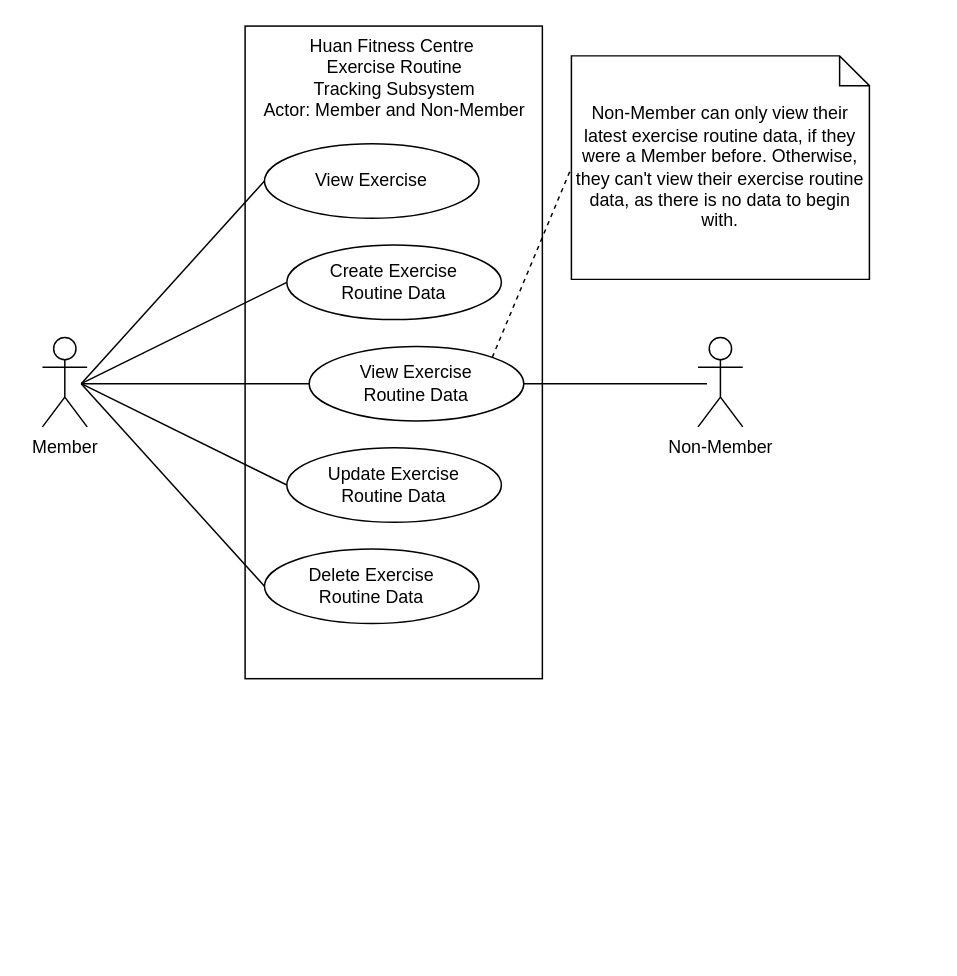
This is page "Exercise Routine Tracking" (9 of 17) of diagrams/Use Case Diagram.drawio from iZ86/DIT2153WD, a draw.io file, before an edit. Source tidied: cells renumbered, new cells numbered last; positions are measured from the earlier drawing's top-left corner, leaving out a move shared by most shapes. Both pictures are drawn from the tidied source at 149%, with x=0, y=0 at pixel (42, 25).
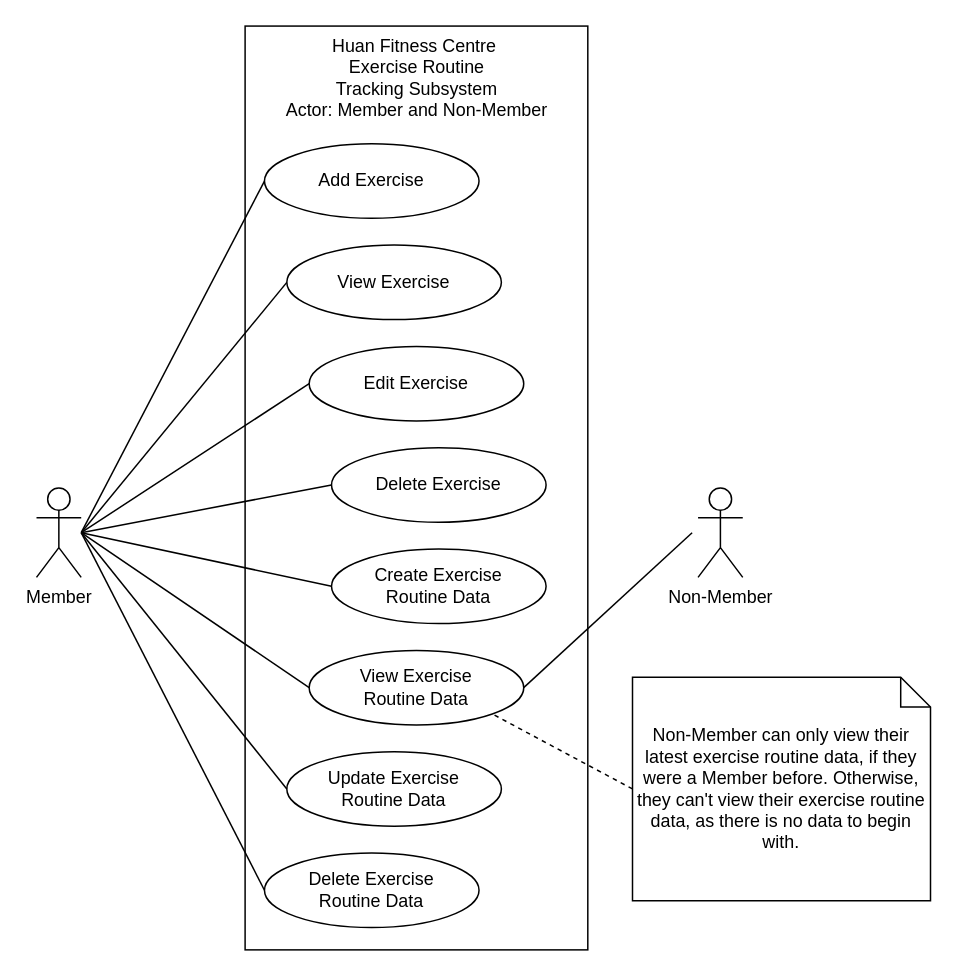
The same page after the edit.

Commit message:
Add CRUD exercise and extend relationship in exercise routine subsystem

allow users to create their own exercises for the exercise routine
tracking subsystem

The edit, as a diff of the source:
```diff
@@
     <mxCell id="2" style="rounded=0;whiteSpace=wrap;html=1;" parent="1" vertex="1">
-      <mxGeometry x="136" width="199.5" height="438" as="geometry" />
+      <mxGeometry x="136" width="230" height="620" as="geometry" />
     </mxCell>
     <mxCell id="3" value="View Exercise" style="ellipse;whiteSpace=wrap;html=1;" parent="1" vertex="1">
-      <mxGeometry x="149" y="79" width="144" height="50" as="geometry" />
+      <mxGeometry x="164" y="147" width="144" height="50" as="geometry" />
     </mxCell>
     <mxCell id="4" value="&lt;div&gt;Create Exercise&lt;/div&gt;&lt;div&gt;Routine Data&lt;/div&gt;" style="ellipse;whiteSpace=wrap;html=1;" parent="1" vertex="1">
-      <mxGeometry x="164" y="147" width="144" height="50" as="geometry" />
+      <mxGeometry x="194" y="351" width="144" height="50" as="geometry" />
     </mxCell>
     <mxCell id="5" value="&lt;div&gt;View Exercise&lt;br&gt;&lt;/div&gt;&lt;div&gt;Routine Data&lt;/div&gt;" style="ellipse;whiteSpace=wrap;html=1;" parent="1" vertex="1">
-      <mxGeometry x="179" y="215" width="144" height="50" as="geometry" />
+      <mxGeometry x="179" y="419" width="144" height="50" as="geometry" />
     </mxCell>
     <mxCell id="6" value="&lt;div&gt;Huan Fitness Centre&amp;nbsp;&lt;/div&gt;&lt;div&gt;Exercise Routine&lt;br&gt;&lt;/div&gt;&lt;div&gt;Tracking Subsystem&lt;/div&gt;&lt;div&gt;Actor: Member and Non-Member&lt;br&gt;&lt;/div&gt;" style="text;html=1;align=center;verticalAlign=middle;strokeColor=none;fillColor=none;" parent="1" vertex="1">
-      <mxGeometry x="136" width="200" height="70" as="geometry" />
+      <mxGeometry x="151" width="200" height="70" as="geometry" />
     </mxCell>
     <mxCell id="7" value="&lt;div&gt;Update Exercise&lt;/div&gt;&lt;div&gt;Routine Data&lt;/div&gt;" style="ellipse;whiteSpace=wrap;html=1;" parent="1" vertex="1">
-      <mxGeometry x="164" y="283" width="144" height="50" as="geometry" />
+      <mxGeometry x="164" y="487" width="144" height="50" as="geometry" />
     </mxCell>
     <mxCell id="8" value="&lt;div&gt;Delete Exercise&lt;/div&gt;&lt;div&gt;Routine Data&lt;/div&gt;" style="ellipse;whiteSpace=wrap;html=1;" parent="1" vertex="1">
-      <mxGeometry x="149" y="351" width="144" height="50" as="geometry" />
+      <mxGeometry x="149" y="555" width="144" height="50" as="geometry" />
     </mxCell>
-    <mxCell id="9" style="rounded=0;jettySize=auto;html=1;entryX=0;entryY=0.5;entryDx=0;entryDy=0;endArrow=none;endFill=0;" parent="1" edge="1" target="3">
-      <mxGeometry relative="1" as="geometry">
-        <mxPoint x="26" y="240" as="sourcePoint" />
-      </mxGeometry>
-    </mxCell>
-    <mxCell id="10" style="rounded=0;jettySize=auto;html=1;entryX=0;entryY=0.5;entryDx=0;entryDy=0;endArrow=none;endFill=0;" parent="1" edge="1" target="4">
-      <mxGeometry relative="1" as="geometry">
-        <mxPoint x="26" y="240" as="sourcePoint" />
-      </mxGeometry>
-    </mxCell>
-    <mxCell id="11" style="rounded=0;jettySize=auto;html=1;entryX=0;entryY=0.5;entryDx=0;entryDy=0;endArrow=none;endFill=0;" parent="1" edge="1" target="5">
-      <mxGeometry relative="1" as="geometry">
-        <mxPoint x="26" y="240" as="sourcePoint" />
-      </mxGeometry>
-    </mxCell>
-    <mxCell id="12" style="rounded=0;jettySize=auto;html=1;entryX=0;entryY=0.5;entryDx=0;entryDy=0;endArrow=none;endFill=0;" parent="1" edge="1" target="7">
-      <mxGeometry relative="1" as="geometry">
-        <mxPoint x="26" y="240" as="sourcePoint" />
-      </mxGeometry>
-    </mxCell>
-    <mxCell id="13" style="rounded=0;jettySize=auto;html=1;entryX=0;entryY=0.5;entryDx=0;entryDy=0;endArrow=none;endFill=0;" parent="1" edge="1" target="8">
-      <mxGeometry relative="1" as="geometry">
-        <mxPoint x="26" y="240" as="sourcePoint" />
-      </mxGeometry>
-    </mxCell>
+    <mxCell id="19" style="rounded=0;jettySize=auto;html=1;entryX=0;entryY=0.5;entryDx=0;entryDy=0;endArrow=none;endFill=0;" parent="1" edge="1" target="29">
+      <mxGeometry relative="1" as="geometry">
+        <mxPoint x="26" y="340" as="sourcePoint" />
+      </mxGeometry>
+    </mxCell>
+    <mxCell id="20" style="rounded=0;jettySize=auto;html=1;entryX=0;entryY=0.5;entryDx=0;entryDy=0;endArrow=none;endFill=0;" parent="1" edge="1" target="3">
+      <mxGeometry relative="1" as="geometry">
+        <mxPoint x="26" y="340" as="sourcePoint" />
+      </mxGeometry>
+    </mxCell>
+    <mxCell id="21" style="rounded=0;jettySize=auto;html=1;entryX=0;entryY=0.5;entryDx=0;entryDy=0;endArrow=none;endFill=0;" parent="1" edge="1" target="30">
+      <mxGeometry relative="1" as="geometry">
+        <mxPoint x="26" y="340" as="sourcePoint" />
+      </mxGeometry>
+    </mxCell>
+    <mxCell id="22" style="rounded=0;jettySize=auto;html=1;entryX=0;entryY=0.5;entryDx=0;entryDy=0;endArrow=none;endFill=0;" parent="1" edge="1" target="31">
+      <mxGeometry relative="1" as="geometry">
+        <mxPoint x="26" y="340" as="sourcePoint" />
+      </mxGeometry>
+    </mxCell>
+    <mxCell id="23" style="rounded=0;jettySize=auto;html=1;entryX=0;entryY=0.5;entryDx=0;entryDy=0;endArrow=none;endFill=0;" parent="1" edge="1" target="4">
+      <mxGeometry relative="1" as="geometry">
+        <mxPoint x="26" y="340" as="sourcePoint" />
+      </mxGeometry>
+    </mxCell>
+    <mxCell id="24" style="rounded=0;jettySize=auto;html=1;entryX=0;entryY=0.5;entryDx=0;entryDy=0;endArrow=none;endFill=0;" parent="1" edge="1" target="5">
+      <mxGeometry relative="1" as="geometry">
+        <mxPoint x="26" y="340" as="sourcePoint" />
+      </mxGeometry>
+    </mxCell>
+    <mxCell id="25" style="rounded=0;jettySize=auto;html=1;entryX=0;entryY=0.5;entryDx=0;entryDy=0;endArrow=none;endFill=0;" parent="1" edge="1" target="7">
+      <mxGeometry relative="1" as="geometry">
+        <mxPoint x="26" y="340" as="sourcePoint" />
+      </mxGeometry>
+    </mxCell>
+    <mxCell id="26" style="rounded=0;jettySize=auto;html=1;entryX=0;entryY=0.5;entryDx=0;entryDy=0;endArrow=none;endFill=0;" parent="1" edge="1" target="8">
+      <mxGeometry relative="1" as="geometry">
+        <mxPoint x="26" y="340" as="sourcePoint" />
+      </mxGeometry>
+    </mxCell>
     <mxCell id="14" value="Member" style="shape=umlActor;verticalLabelPosition=bottom;verticalAlign=top;html=1;" parent="1" vertex="1">
-      <mxGeometry y="209" width="30" height="60" as="geometry" />
+      <mxGeometry x="-4" y="310" width="30" height="60" as="geometry" />
     </mxCell>
-    <mxCell id="15" style="rounded=0;jettySize=auto;html=1;entryX=1;entryY=0.5;entryDx=0;entryDy=0;endArrow=none;endFill=0;" parent="1" edge="1" target="5">
-      <mxGeometry relative="1" as="geometry">
-        <mxPoint x="446" y="240" as="sourcePoint" />
-      </mxGeometry>
-    </mxCell>
+    <mxCell id="27" style="rounded=0;jettySize=auto;html=1;entryX=1;entryY=0.5;entryDx=0;entryDy=0;endArrow=none;endFill=0;" parent="1" edge="1" target="5">
+      <mxGeometry relative="1" as="geometry">
+        <mxPoint x="436" y="340" as="sourcePoint" />
+      </mxGeometry>
+    </mxCell>
     <mxCell id="16" value="Non-Member" style="shape=umlActor;verticalLabelPosition=bottom;verticalAlign=top;html=1;" parent="1" vertex="1">
-      <mxGeometry x="440" y="209" width="30" height="60" as="geometry" />
+      <mxGeometry x="440" y="310" width="30" height="60" as="geometry" />
     </mxCell>
+    <mxCell id="28" style="rounded=0;jettySize=auto;html=1;entryX=1;entryY=1;entryDx=0;entryDy=0;dashed=1;endArrow=none;endFill=0;exitX=0;exitY=0.5;exitDx=0;exitDy=0;exitPerimeter=0;" parent="1" edge="1" source="17" target="5">
+      <mxGeometry relative="1" as="geometry" />
+    </mxCell>
     <mxCell id="17" value="Non-Member can only view their latest exercise routine data, if they were a Member before. Otherwise, they can't view their exercise routine data, as there is no data to begin with." style="shape=note;size=20;whiteSpace=wrap;html=1;" parent="1" vertex="1">
-      <mxGeometry x="355" y="20" width="200" height="150" as="geometry" />
+      <mxGeometry x="396" y="437" width="200" height="150" as="geometry" />
     </mxCell>
-    <mxCell id="18" style="rounded=0;jettySize=auto;html=1;entryX=0;entryY=0.5;entryDx=0;entryDy=0;entryPerimeter=0;dashed=1;endArrow=none;endFill=0;exitX=1;exitY=0;exitDx=0;exitDy=0;" parent="1" edge="1" source="5" target="17">
-      <mxGeometry relative="1" as="geometry" />
-    </mxCell>
+    <mxCell id="29" value="Add Exercise" style="ellipse;whiteSpace=wrap;html=1;" parent="1" vertex="1">
+      <mxGeometry x="149" y="79" width="144" height="50" as="geometry" />
+    </mxCell>
+    <mxCell id="30" value="Edit Exercise" style="ellipse;whiteSpace=wrap;html=1;" parent="1" vertex="1">
+      <mxGeometry x="179" y="215" width="144" height="50" as="geometry" />
+    </mxCell>
+    <mxCell id="31" value="Delete Exercise" style="ellipse;whiteSpace=wrap;html=1;" parent="1" vertex="1">
+      <mxGeometry x="194" y="283" width="144" height="50" as="geometry" />
+    </mxCell>
```
